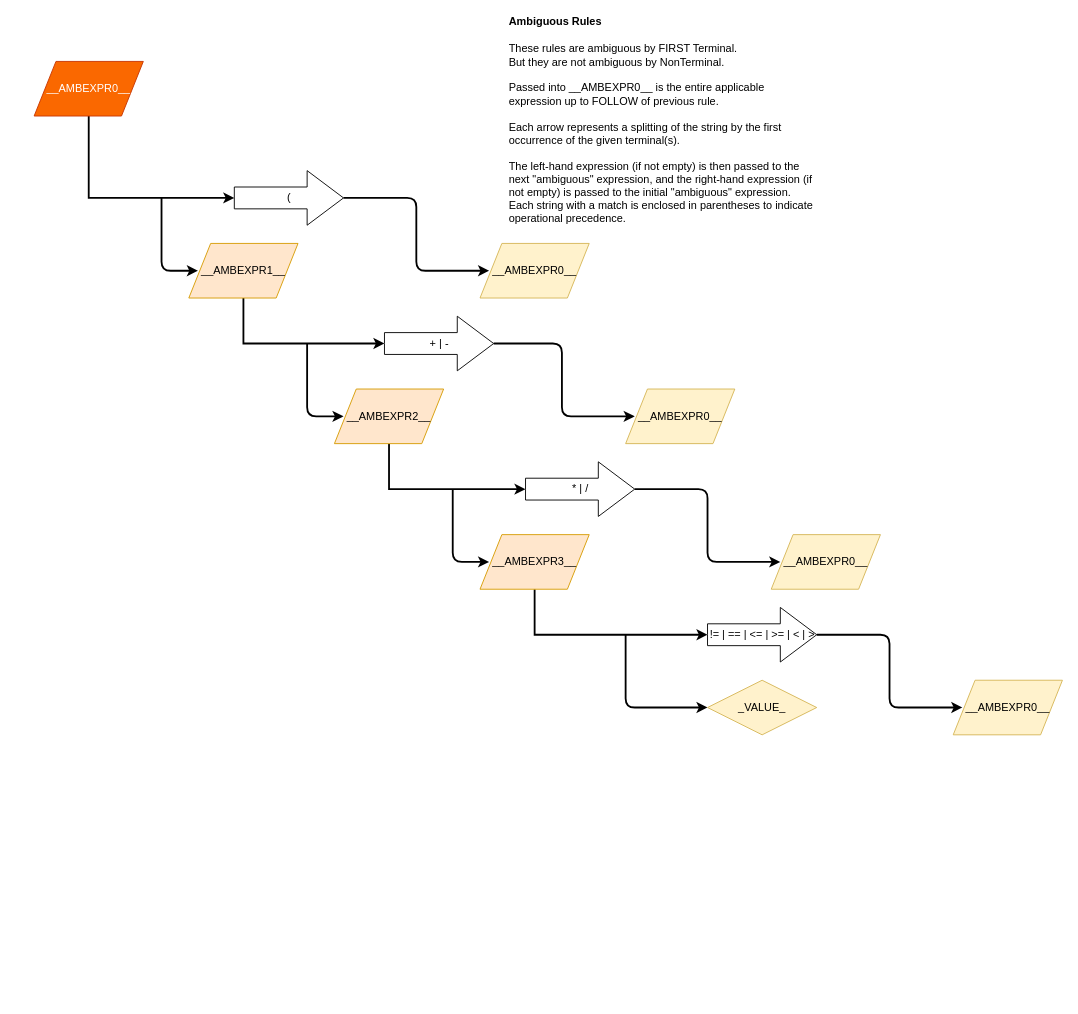
Above: page "__PRECEDENCE__" (5 of 8) of CFG.drawio in ZacharyYGateley/Compiler (draw.io), before the change. Source tidied: cells renumbered, new cells numbered last; positions are measured from the earlier drawing's top-left corner, leaving out a move shared by most shapes. Both pictures are drawn from the tidied source at 91%, with x=0, y=0 at pixel (34, 15).
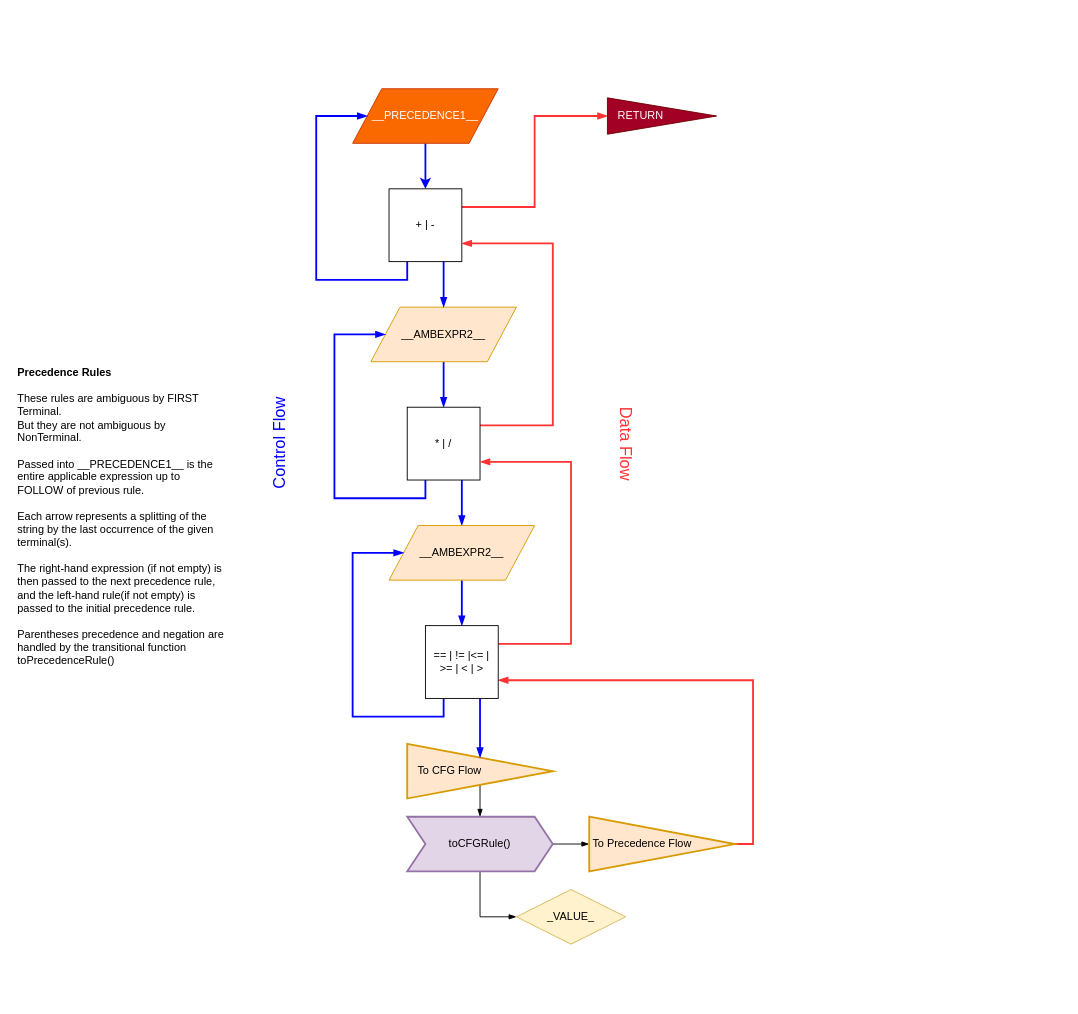
The same page after the edit.

The edit, as a diff of the source:
```diff
@@
-    <mxCell id="2" style="edgeStyle=orthogonalEdgeStyle;rounded=0;jettySize=auto;html=1;exitX=0.5;exitY=1;exitDx=0;exitDy=0;entryX=0;entryY=0.5;entryDx=0;entryDy=0;entryPerimeter=0;strokeWidth=2;" parent="1" edge="1" source="3" target="4">
-      <mxGeometry relative="1" as="geometry" />
-    </mxCell>
-    <mxCell id="3" value="__AMBEXPR0__" style="shape=parallelogram;perimeter=parallelogramPerimeter;whiteSpace=wrap;html=1;fillColor=#fa6800;strokeColor=#C73500;fontColor=#ffffff;" parent="1" vertex="1">
-      <mxGeometry y="50" width="120" height="60" as="geometry" />
-    </mxCell>
-    <mxCell id="4" value="(" style="html=1;shadow=0;dashed=0;align=center;verticalAlign=middle;shape=mxgraph.arrows2.arrow;dy=0.6;dx=40;notch=0;" parent="1" vertex="1">
-      <mxGeometry x="220" y="170" width="120" height="60" as="geometry" />
-    </mxCell>
-    <mxCell id="5" style="endArrow=classic;html=1;strokeWidth=2;entryX=0;entryY=0.5;entryDx=0;entryDy=0;exitX=1;exitY=0.5;exitDx=0;exitDy=0;exitPerimeter=0;" parent="1" edge="1" source="4">
-      <mxGeometry relative="1" as="geometry">
-        <mxPoint x="500" y="280" as="targetPoint" />
-        <Array as="points">
-          <mxPoint x="420" y="200" />
-          <mxPoint x="420" y="280" />
-        </Array>
-      </mxGeometry>
-    </mxCell>
-    <mxCell id="6" style="endArrow=classic;html=1;strokeWidth=2;entryX=0;entryY=0.5;entryDx=0;entryDy=0;" parent="1" edge="1">
-      <mxGeometry relative="1" as="geometry">
-        <mxPoint x="140" y="200" as="sourcePoint" />
-        <mxPoint x="180" y="280" as="targetPoint" />
-        <Array as="points">
-          <mxPoint x="140" y="280" />
-        </Array>
-      </mxGeometry>
-    </mxCell>
-    <mxCell id="7" style="edgeStyle=orthogonalEdgeStyle;rounded=0;jettySize=auto;html=1;exitX=0.5;exitY=1;exitDx=0;exitDy=0;entryX=0;entryY=0.5;entryDx=0;entryDy=0;entryPerimeter=0;strokeWidth=2;" parent="1" edge="1" source="8" target="9">
-      <mxGeometry relative="1" as="geometry" />
+    <mxCell id="7" style="edgeStyle=orthogonalEdgeStyle;rounded=0;jettySize=auto;html=1;exitX=0.5;exitY=1;exitDx=0;exitDy=0;entryX=0;entryY=0.5;entryDx=0;entryDy=0;entryPerimeter=0;strokeWidth=2;strokeColor=#0000FF;" parent="1" edge="1" source="8">
+      <mxGeometry relative="1" as="geometry">
+        <mxPoint x="430" y="190" as="targetPoint" />
+      </mxGeometry>
     </mxCell>
-    <mxCell id="8" value="__AMBEXPR1__" style="shape=parallelogram;perimeter=parallelogramPerimeter;whiteSpace=wrap;html=1;fillColor=#ffe6cc;strokeColor=#d79b00;" parent="1" vertex="1">
-      <mxGeometry x="170" y="250" width="120" height="60" as="geometry" />
+    <mxCell id="8" value="__PRECEDENCE1__" style="shape=parallelogram;perimeter=parallelogramPerimeter;whiteSpace=wrap;html=1;fillColor=#fa6800;strokeColor=#C73500;fontColor=#ffffff;" parent="1" vertex="1">
+      <mxGeometry x="350" y="80" width="160" height="60" as="geometry" />
     </mxCell>
-    <mxCell id="9" value="+ | -" style="html=1;shadow=0;dashed=0;align=center;verticalAlign=middle;shape=mxgraph.arrows2.arrow;dy=0.6;dx=40;notch=0;" parent="1" vertex="1">
-      <mxGeometry x="385" y="330" width="120" height="60" as="geometry" />
-    </mxCell>
-    <mxCell id="10" style="endArrow=classic;html=1;strokeWidth=2;entryX=0;entryY=0.5;entryDx=0;entryDy=0;exitX=1;exitY=0.5;exitDx=0;exitDy=0;exitPerimeter=0;" parent="1" edge="1" source="9">
-      <mxGeometry relative="1" as="geometry">
-        <mxPoint x="660" y="440" as="targetPoint" />
-        <Array as="points">
-          <mxPoint x="580" y="360" />
-          <mxPoint x="580" y="440" />
-        </Array>
-      </mxGeometry>
-    </mxCell>
-    <mxCell id="11" style="edgeStyle=orthogonalEdgeStyle;rounded=0;jettySize=auto;html=1;exitX=0.5;exitY=1;exitDx=0;exitDy=0;entryX=0;entryY=0.5;entryDx=0;entryDy=0;entryPerimeter=0;strokeWidth=2;" parent="1" edge="1" source="12" target="13">
+    <mxCell id="11" style="edgeStyle=orthogonalEdgeStyle;rounded=0;jettySize=auto;html=1;exitX=0.5;exitY=1;exitDx=0;exitDy=0;entryX=0.5;entryY=0;entryDx=0;entryDy=0;endArrow=blockThin;endFill=1;strokeColor=#0000FF;strokeWidth=2;" parent="1" edge="1" source="12" target="13">
       <mxGeometry relative="1" as="geometry" />
     </mxCell>
     <mxCell id="12" value="__AMBEXPR2__" style="shape=parallelogram;perimeter=parallelogramPerimeter;whiteSpace=wrap;html=1;fillColor=#ffe6cc;strokeColor=#d79b00;" parent="1" vertex="1">
-      <mxGeometry x="330" y="410" width="120" height="60" as="geometry" />
+      <mxGeometry x="370" y="320" width="160" height="60" as="geometry" />
     </mxCell>
+    <mxCell id="22" value="_VALUE_" style="rhombus;whiteSpace=wrap;html=1;fillColor=#fff2cc;strokeColor=#d6b656;" parent="1" vertex="1">
+      <mxGeometry x="530" y="960" width="120" height="60" as="geometry" />
+    </mxCell>
+    <mxCell id="27" value="&lt;b&gt;Precedence Rules&lt;/b&gt;&lt;br&gt;&lt;br&gt;These rules are ambiguous by FIRST Terminal.&lt;br&gt;But they are not ambiguous by NonTerminal.&lt;br&gt;&lt;br&gt;Passed into __PRECEDENCE1__ is the entire applicable expression up to FOLLOW of previous rule.&lt;br&gt;&lt;br&gt;Each arrow represents a splitting of the string by the last occurrence of the given terminal(s).&amp;nbsp;&lt;br&gt;&lt;br&gt;The right-hand expression (if not empty) is then passed to the next precedence rule, and the left-hand rule(if not empty) is passed to the initial precedence rule.&amp;nbsp;&lt;br&gt;&lt;br&gt;Parentheses precedence and negation are handled by the transitional function toPrecedenceRule()" style="text;html=1;strokeColor=none;fillColor=none;align=left;verticalAlign=middle;whiteSpace=wrap;rounded=0;" parent="1" vertex="1">
+      <mxGeometry x="-20" y="20" width="230" height="1060" as="geometry" />
+    </mxCell>
+    <mxCell id="28" style="edgeStyle=orthogonalEdgeStyle;rounded=0;jettySize=auto;html=1;exitX=0.5;exitY=1;exitDx=0;exitDy=0;entryX=0;entryY=0.5;entryDx=0;entryDy=0;endArrow=blockThin;endFill=1;strokeColor=#000000;strokeWidth=1;" parent="1" edge="1" source="30" target="22">
+      <mxGeometry relative="1" as="geometry" />
+    </mxCell>
+    <mxCell id="29" style="edgeStyle=orthogonalEdgeStyle;rounded=0;jettySize=auto;html=1;exitX=1;exitY=0.5;exitDx=0;exitDy=0;entryX=0;entryY=0.5;entryDx=0;entryDy=0;endArrow=blockThin;endFill=1;strokeColor=#000000;strokeWidth=1;" parent="1" edge="1" source="30" target="32">
+      <mxGeometry relative="1" as="geometry" />
+    </mxCell>
+    <mxCell id="30" value="toCFGRule()" style="shape=step;perimeter=stepPerimeter;whiteSpace=wrap;html=1;fixedSize=1;strokeColor=#9673a6;strokeWidth=2;direction=east;fillColor=#e1d5e7;" parent="1" vertex="1">
+      <mxGeometry x="410" y="880" width="160" height="60" as="geometry" />
+    </mxCell>
+    <mxCell id="31" style="edgeStyle=orthogonalEdgeStyle;rounded=0;jettySize=auto;html=1;exitX=1;exitY=0.5;exitDx=0;exitDy=0;entryX=1;entryY=0.75;entryDx=0;entryDy=0;endArrow=blockThin;endFill=1;strokeColor=#FF3333;strokeWidth=2;" parent="1" edge="1" source="32" target="46">
+      <mxGeometry relative="1" as="geometry" />
+    </mxCell>
+    <mxCell id="32" value="To Precedence Flow&amp;nbsp; &amp;nbsp; &amp;nbsp; &amp;nbsp; &amp;nbsp; &amp;nbsp; &amp;nbsp;" style="triangle;whiteSpace=wrap;html=1;strokeColor=#d79b00;strokeWidth=2;fillColor=#ffe6cc;" parent="1" vertex="1">
+      <mxGeometry x="610" y="880" width="160" height="60" as="geometry" />
+    </mxCell>
+    <mxCell id="33" style="edgeStyle=orthogonalEdgeStyle;rounded=0;jettySize=auto;html=1;exitX=0.5;exitY=1;exitDx=0;exitDy=0;entryX=0.5;entryY=0;entryDx=0;entryDy=0;endArrow=blockThin;endFill=1;strokeColor=#000000;strokeWidth=1;" parent="1" edge="1" source="34">
+      <mxGeometry relative="1" as="geometry">
+        <mxPoint x="490" y="880" as="targetPoint" />
+      </mxGeometry>
+    </mxCell>
+    <mxCell id="34" value="To CFG Flow&amp;nbsp; &amp;nbsp; &amp;nbsp; &amp;nbsp; &amp;nbsp; &amp;nbsp; &amp;nbsp; &amp;nbsp; &amp;nbsp; &amp;nbsp;&amp;nbsp;" style="triangle;whiteSpace=wrap;html=1;strokeColor=#d79b00;strokeWidth=2;fillColor=#ffe6cc;" parent="1" vertex="1">
+      <mxGeometry x="410" y="800" width="160" height="60" as="geometry" />
+    </mxCell>
+    <mxCell id="35" style="edgeStyle=orthogonalEdgeStyle;rounded=0;jettySize=auto;html=1;exitX=0.25;exitY=1;exitDx=0;exitDy=0;endArrow=blockThin;endFill=1;strokeColor=#0000FF;strokeWidth=2;entryX=0;entryY=0.5;entryDx=0;entryDy=0;" parent="1" edge="1" source="9" target="8">
+      <mxGeometry relative="1" as="geometry">
+        <Array as="points">
+          <mxPoint x="410" y="290" />
+          <mxPoint x="310" y="290" />
+          <mxPoint x="310" y="110" />
+        </Array>
+      </mxGeometry>
+    </mxCell>
+    <mxCell id="36" style="edgeStyle=orthogonalEdgeStyle;rounded=0;jettySize=auto;html=1;exitX=0.75;exitY=1;exitDx=0;exitDy=0;entryX=0.5;entryY=0;entryDx=0;entryDy=0;endArrow=blockThin;endFill=1;strokeColor=#0000FF;strokeWidth=2;" parent="1" edge="1" source="9" target="12">
+      <mxGeometry relative="1" as="geometry" />
+    </mxCell>
+    <mxCell id="37" style="edgeStyle=orthogonalEdgeStyle;rounded=0;jettySize=auto;html=1;exitX=1;exitY=0.25;exitDx=0;exitDy=0;entryX=0;entryY=0.5;entryDx=0;entryDy=0;endArrow=blockThin;endFill=1;strokeColor=#FF3333;strokeWidth=2;" parent="1" edge="1" source="9" target="47">
+      <mxGeometry relative="1" as="geometry" />
+    </mxCell>
+    <mxCell id="9" value="+ | -" style="whiteSpace=wrap;html=1;strokeWidth=1;" parent="1" vertex="1">
+      <mxGeometry x="390" y="190" width="80" height="80" as="geometry" />
+    </mxCell>
+    <mxCell id="38" style="edgeStyle=orthogonalEdgeStyle;rounded=0;jettySize=auto;html=1;exitX=0.25;exitY=1;exitDx=0;exitDy=0;entryX=0;entryY=0.5;entryDx=0;entryDy=0;endArrow=blockThin;endFill=1;strokeColor=#0000FF;strokeWidth=2;" parent="1" edge="1" source="13" target="12">
+      <mxGeometry relative="1" as="geometry">
+        <Array as="points">
+          <mxPoint x="430" y="530" />
+          <mxPoint x="330" y="530" />
+          <mxPoint x="330" y="350" />
+        </Array>
+      </mxGeometry>
+    </mxCell>
+    <mxCell id="39" style="edgeStyle=orthogonalEdgeStyle;rounded=0;jettySize=auto;html=1;exitX=0.75;exitY=1;exitDx=0;exitDy=0;endArrow=blockThin;endFill=1;strokeColor=#0000FF;strokeWidth=2;" parent="1" edge="1" source="13" target="42">
+      <mxGeometry relative="1" as="geometry" />
+    </mxCell>
+    <mxCell id="40" style="edgeStyle=orthogonalEdgeStyle;rounded=0;jettySize=auto;html=1;exitX=1;exitY=0.25;exitDx=0;exitDy=0;entryX=1;entryY=0.75;entryDx=0;entryDy=0;endArrow=blockThin;endFill=1;strokeColor=#FF3333;strokeWidth=2;" parent="1" edge="1" source="13" target="9">
+      <mxGeometry relative="1" as="geometry">
+        <Array as="points">
+          <mxPoint x="570" y="450" />
+          <mxPoint x="570" y="250" />
+        </Array>
+      </mxGeometry>
+    </mxCell>
-    <mxCell id="13" value="* | /" style="html=1;shadow=0;dashed=0;align=center;verticalAlign=middle;shape=mxgraph.arrows2.arrow;dy=0.6;dx=40;notch=0;" parent="1" vertex="1">
-      <mxGeometry x="540" y="490" width="120" height="60" as="geometry" />
+    <mxCell id="13" value="* | /" style="whiteSpace=wrap;html=1;strokeWidth=1;" parent="1" vertex="1">
+      <mxGeometry x="410" y="430" width="80" height="80" as="geometry" />
     </mxCell>
-    <mxCell id="14" style="endArrow=classic;html=1;strokeWidth=2;entryX=0;entryY=0.5;entryDx=0;entryDy=0;exitX=1;exitY=0.5;exitDx=0;exitDy=0;exitPerimeter=0;" parent="1" edge="1" source="13">
-      <mxGeometry relative="1" as="geometry">
-        <mxPoint x="820" y="600" as="targetPoint" />
-        <Array as="points">
-          <mxPoint x="740" y="520" />
-          <mxPoint x="740" y="600" />
-        </Array>
-      </mxGeometry>
-    </mxCell>
-    <mxCell id="15" style="edgeStyle=orthogonalEdgeStyle;rounded=0;jettySize=auto;html=1;exitX=0.5;exitY=1;exitDx=0;exitDy=0;entryX=0;entryY=0.5;entryDx=0;entryDy=0;entryPerimeter=0;strokeWidth=2;" parent="1" edge="1" source="16" target="17">
-      <mxGeometry relative="1" as="geometry" />
-    </mxCell>
-    <mxCell id="16" value="__AMBEXPR3__" style="shape=parallelogram;perimeter=parallelogramPerimeter;whiteSpace=wrap;html=1;fillColor=#ffe6cc;strokeColor=#d79b00;" parent="1" vertex="1">
-      <mxGeometry x="490" y="570" width="120" height="60" as="geometry" />
-    </mxCell>
-    <mxCell id="17" value="!= | == | &amp;lt;= | &amp;gt;= | &amp;lt; | &amp;gt;" style="html=1;shadow=0;dashed=0;align=center;verticalAlign=middle;shape=mxgraph.arrows2.arrow;dy=0.6;dx=40;notch=0;" parent="1" vertex="1">
-      <mxGeometry x="740" y="650" width="120" height="60" as="geometry" />
-    </mxCell>
-    <mxCell id="18" style="endArrow=classic;html=1;strokeWidth=2;entryX=0;entryY=0.5;entryDx=0;entryDy=0;exitX=1;exitY=0.5;exitDx=0;exitDy=0;exitPerimeter=0;" parent="1" edge="1">
-      <mxGeometry relative="1" as="geometry">
-        <mxPoint x="860" y="680" as="sourcePoint" />
-        <mxPoint x="1020" y="760" as="targetPoint" />
-        <Array as="points">
-          <mxPoint x="940" y="680" />
-          <mxPoint x="940" y="760" />
-        </Array>
-      </mxGeometry>
-    </mxCell>
-    <mxCell id="19" style="endArrow=classic;html=1;strokeWidth=2;entryX=0;entryY=0.5;entryDx=0;entryDy=0;" parent="1" edge="1">
-      <mxGeometry relative="1" as="geometry">
-        <mxPoint x="300" y="360" as="sourcePoint" />
-        <mxPoint x="340" y="440" as="targetPoint" />
-        <Array as="points">
-          <mxPoint x="300" y="440" />
-        </Array>
-      </mxGeometry>
-    </mxCell>
-    <mxCell id="20" style="endArrow=classic;html=1;strokeWidth=2;entryX=0;entryY=0.5;entryDx=0;entryDy=0;" parent="1" edge="1">
-      <mxGeometry relative="1" as="geometry">
-        <mxPoint x="460" y="520" as="sourcePoint" />
-        <mxPoint x="500" y="600" as="targetPoint" />
-        <Array as="points">
-          <mxPoint x="460" y="600" />
-        </Array>
-      </mxGeometry>
-    </mxCell>
-    <mxCell id="21" style="endArrow=classic;html=1;strokeWidth=2;" parent="1" edge="1">
-      <mxGeometry relative="1" as="geometry">
-        <mxPoint x="650" y="680" as="sourcePoint" />
-        <mxPoint x="740" y="760" as="targetPoint" />
-        <Array as="points">
-          <mxPoint x="650" y="760" />
-        </Array>
-      </mxGeometry>
-    </mxCell>
-    <mxCell id="22" value="_VALUE_" style="rhombus;whiteSpace=wrap;html=1;fillColor=#fff2cc;strokeColor=#d6b656;" parent="1" vertex="1">
-      <mxGeometry x="740" y="730" width="120" height="60" as="geometry" />
-    </mxCell>
-    <mxCell id="23" value="__AMBEXPR0__" style="shape=parallelogram;perimeter=parallelogramPerimeter;whiteSpace=wrap;html=1;fillColor=#fff2cc;strokeColor=#d6b656;" parent="1" vertex="1">
-      <mxGeometry x="490" y="250" width="120" height="60" as="geometry" />
-    </mxCell>
-    <mxCell id="24" value="__AMBEXPR0__" style="shape=parallelogram;perimeter=parallelogramPerimeter;whiteSpace=wrap;html=1;fillColor=#fff2cc;strokeColor=#d6b656;" parent="1" vertex="1">
-      <mxGeometry x="650" y="410" width="120" height="60" as="geometry" />
-    </mxCell>
-    <mxCell id="25" value="__AMBEXPR0__" style="shape=parallelogram;perimeter=parallelogramPerimeter;whiteSpace=wrap;html=1;fillColor=#fff2cc;strokeColor=#d6b656;" parent="1" vertex="1">
-      <mxGeometry x="810" y="570" width="120" height="60" as="geometry" />
-    </mxCell>
-    <mxCell id="26" value="__AMBEXPR0__" style="shape=parallelogram;perimeter=parallelogramPerimeter;whiteSpace=wrap;html=1;fillColor=#fff2cc;strokeColor=#d6b656;" parent="1" vertex="1">
-      <mxGeometry x="1010" y="730" width="120" height="60" as="geometry" />
-    </mxCell>
-    <mxCell id="27" value="&lt;b&gt;Ambiguous Rules&lt;/b&gt;&lt;br&gt;&lt;br&gt;These rules are ambiguous by FIRST Terminal.&lt;br&gt;But they are not ambiguous by NonTerminal.&lt;br&gt;&lt;br&gt;Passed into __AMBEXPR0__ is the entire applicable expression up to FOLLOW of previous rule.&lt;br&gt;&lt;br&gt;Each arrow represents a splitting of the string by the first occurrence of the given terminal(s).&amp;nbsp;&lt;br&gt;&lt;br&gt;The left-hand expression (if not empty) is then passed to the next &quot;ambiguous&quot; expression, and the right-hand expression (if not empty) is passed to the initial &quot;ambiguous&quot; expression. Each string with a match is enclosed in parentheses to indicate operational precedence." style="text;html=1;strokeColor=none;fillColor=none;align=left;verticalAlign=middle;whiteSpace=wrap;rounded=0;" parent="1" vertex="1">
-      <mxGeometry x="520" width="340" height="230" as="geometry" />
-    </mxCell>
+    <mxCell id="41" style="edgeStyle=orthogonalEdgeStyle;rounded=0;jettySize=auto;html=1;exitX=0.5;exitY=1;exitDx=0;exitDy=0;entryX=0.5;entryY=0;entryDx=0;entryDy=0;endArrow=blockThin;endFill=1;strokeColor=#0000FF;strokeWidth=2;" parent="1" edge="1" source="42" target="46">
+      <mxGeometry relative="1" as="geometry" />
+    </mxCell>
+    <mxCell id="42" value="__AMBEXPR2__" style="shape=parallelogram;perimeter=parallelogramPerimeter;whiteSpace=wrap;html=1;fillColor=#ffe6cc;strokeColor=#d79b00;" parent="1" vertex="1">
+      <mxGeometry x="390" y="560" width="160" height="60" as="geometry" />
+    </mxCell>
+    <mxCell id="43" style="edgeStyle=orthogonalEdgeStyle;rounded=0;jettySize=auto;html=1;exitX=0.75;exitY=1;exitDx=0;exitDy=0;entryX=0.5;entryY=0;entryDx=0;entryDy=0;endArrow=blockThin;endFill=1;strokeColor=#0000FF;strokeWidth=2;" parent="1" edge="1" source="46" target="34">
+      <mxGeometry relative="1" as="geometry" />
+    </mxCell>
+    <mxCell id="44" style="edgeStyle=orthogonalEdgeStyle;rounded=0;jettySize=auto;html=1;exitX=0.25;exitY=1;exitDx=0;exitDy=0;entryX=0;entryY=0.5;entryDx=0;entryDy=0;endArrow=blockThin;endFill=1;strokeColor=#0000FF;strokeWidth=2;" parent="1" edge="1" source="46" target="42">
+      <mxGeometry relative="1" as="geometry">
+        <Array as="points">
+          <mxPoint x="450" y="770" />
+          <mxPoint x="350" y="770" />
+          <mxPoint x="350" y="590" />
+        </Array>
+      </mxGeometry>
+    </mxCell>
+    <mxCell id="45" style="edgeStyle=orthogonalEdgeStyle;rounded=0;jettySize=auto;html=1;exitX=1;exitY=0.25;exitDx=0;exitDy=0;entryX=1;entryY=0.75;entryDx=0;entryDy=0;endArrow=blockThin;endFill=1;strokeColor=#FF3333;strokeWidth=2;" parent="1" edge="1" source="46" target="13">
+      <mxGeometry relative="1" as="geometry">
+        <Array as="points">
+          <mxPoint x="590" y="690" />
+          <mxPoint x="590" y="490" />
+        </Array>
+      </mxGeometry>
+    </mxCell>
+    <mxCell id="46" value="== | != |&amp;lt;= | &amp;gt;= | &amp;lt; | &amp;gt;" style="whiteSpace=wrap;html=1;strokeWidth=1;" parent="1" vertex="1">
+      <mxGeometry x="430" y="670" width="80" height="80" as="geometry" />
+    </mxCell>
+    <mxCell id="47" value="RETURN&amp;nbsp; &amp;nbsp; &amp;nbsp; &amp;nbsp; &amp;nbsp; &amp;nbsp; &amp;nbsp;&amp;nbsp;" style="triangle;whiteSpace=wrap;html=1;fillColor=#a20025;strokeColor=#6F0000;fontColor=#ffffff;" parent="1" vertex="1">
+      <mxGeometry x="630" y="90" width="120" height="40" as="geometry" />
+    </mxCell>
+    <mxCell id="48" value="&lt;font style=&quot;font-size: 18px&quot; color=&quot;#0000ff&quot;&gt;Control Flow&lt;/font&gt;" style="text;html=1;align=center;verticalAlign=middle;rotation=270;" parent="1" vertex="1">
+      <mxGeometry x="210" y="460" width="120" height="20" as="geometry" />
+    </mxCell>
+    <mxCell id="49" value="&lt;font style=&quot;font-size: 18px&quot; color=&quot;#ff3333&quot;&gt;Data Flow&lt;/font&gt;" style="text;html=1;align=center;verticalAlign=middle;rotation=90;" parent="1" vertex="1">
+      <mxGeometry x="600" y="460" width="100" height="20" as="geometry" />
+    </mxCell>
```
